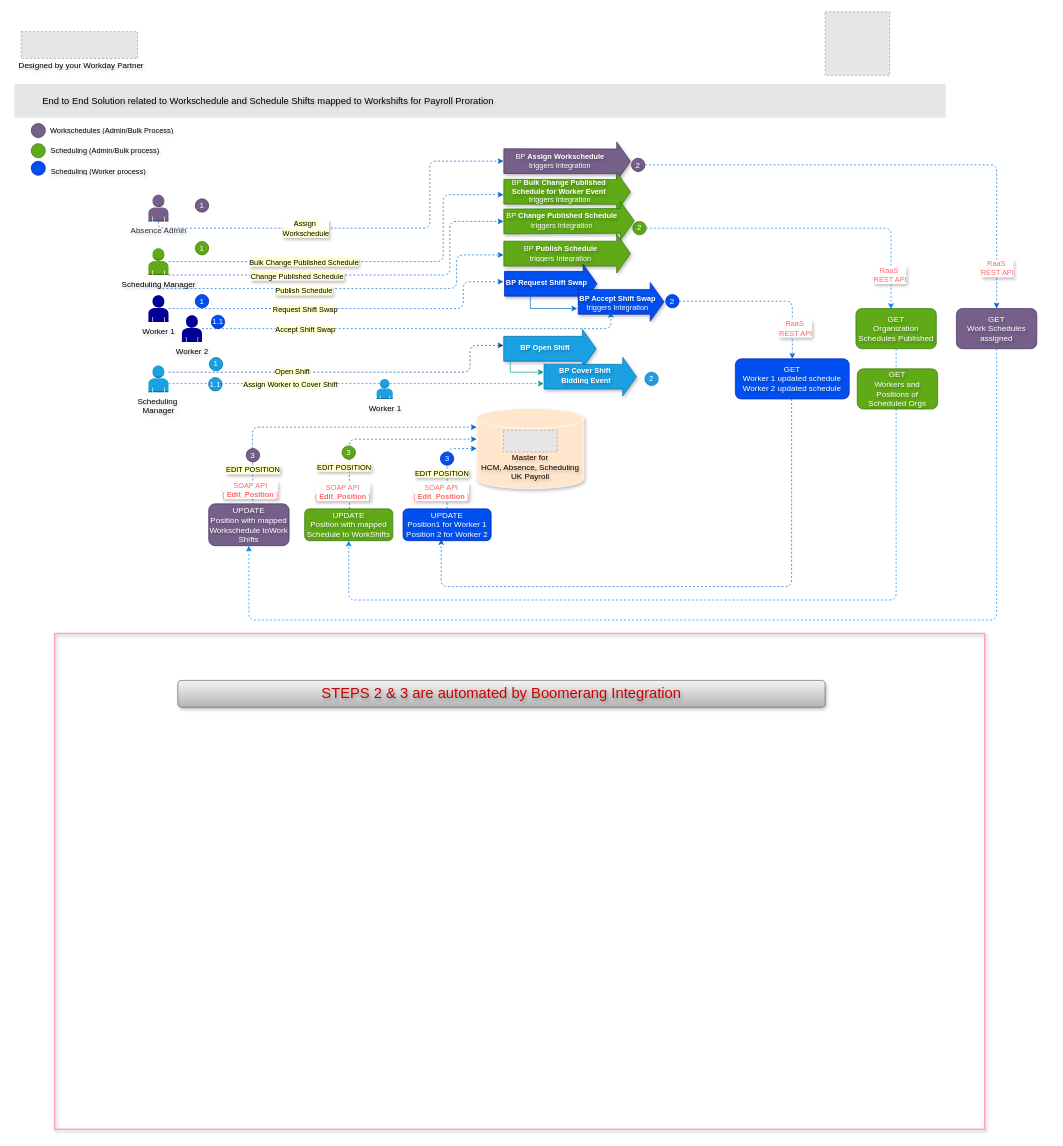
Above: Leonardo Hotels Boomerang v1.drawio in sandyaroma/sandyaroma (draw.io), before the change. Source tidied: cells renumbered, new cells numbered last; positions are measured from the earlier drawing's top-left corner, leaving out a move shared by most shapes. Both pictures are drawn from the tidied source at 67%, with x=0, y=0 at pixel (14, 11). Pictures stored in the file or linked from it are replaced by grey dashed boxes.
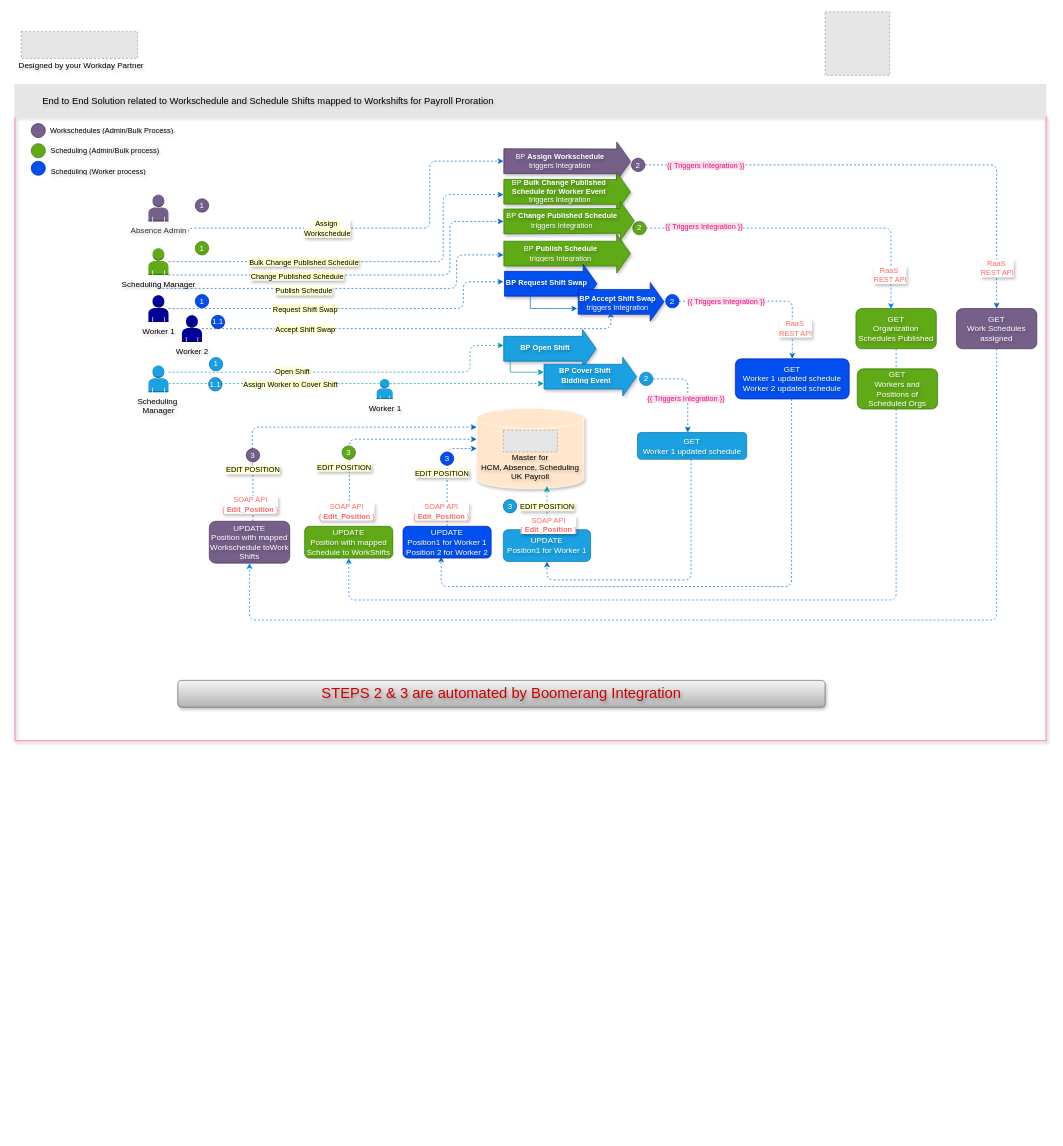
The same diagram, later.

Commit message (it also covers changes not shown here):
Mettre à jour Leonardo Hotels Boomerang v1.drawio

Unchanged cells that the change refers to:
```xml
<mxCell id="5" style="edgeStyle=orthogonalEdgeStyle;rounded=1;jettySize=auto;html=1;curved=0;dashed=1;strokeColor=#0066CC;entryX=0.5;entryY=0;entryDx=0;entryDy=0;textShadow=1;" parent="1" edge="1" source="36" target="9">
  <mxGeometry relative="1" as="geometry" />
</mxCell>
<mxCell id="89" value="&lt;font style=&quot;color: rgb(0, 0, 0);&quot;&gt;Scheduling&amp;nbsp;&lt;/font&gt;&lt;div&gt;&lt;font style=&quot;color: rgb(0, 0, 0);&quot;&gt;Manager&lt;/font&gt;&lt;/div&gt;" style="outlineConnect=0;dashed=0;verticalLabelPosition=bottom;verticalAlign=top;align=center;html=1;shape=mxgraph.aws3.user;fillColor=#1ba1e2;strokeColor=#006EAF;textShadow=1;fontColor=#ffffff;" parent="1" vertex="1">
  <mxGeometry x="200" y="528" width="30" height="40" as="geometry" />
</mxCell>
```

Change to the diagram source:
```diff
@@
+    <mxCell id="49" value="&lt;font style=&quot;color: rgb(51, 51, 51);&quot;&gt;Absence Admin&lt;/font&gt;" style="outlineConnect=0;dashed=0;verticalLabelPosition=bottom;verticalAlign=top;align=center;html=1;shape=mxgraph.aws3.user;fillColor=#76608a;strokeColor=#432D57;fontColor=#ffffff;textShadow=1;" parent="1" vertex="1">
+      <mxGeometry x="200" y="273" width="30" height="40" as="geometry" />
+    </mxCell>
+    <mxCell id="6" value="&lt;div&gt;&lt;br&gt;&lt;/div&gt;&lt;div&gt;&lt;br&gt;&lt;/div&gt;&lt;div&gt;&lt;span style=&quot;background-color: initial;&quot;&gt;Master for&lt;/span&gt;&lt;/div&gt;&lt;div&gt;&lt;span style=&quot;background-color: initial;&quot;&gt;HCM, Absence, Scheduling&lt;/span&gt;&lt;br&gt;&lt;/div&gt;&lt;div&gt;&lt;span style=&quot;background-color: initial;&quot;&gt;UK Payroll&lt;/span&gt;&lt;/div&gt;" style="shape=cylinder3;whiteSpace=wrap;html=1;boundedLbl=1;backgroundOutline=1;size=15;fillColor=#ffe6cc;strokeColor=#FFFFFF;shadow=1;textShadow=1;" parent="1" vertex="1">
+      <mxGeometry x="690" y="592" width="160" height="120" as="geometry" />
+    </mxCell>
+    <mxCell id="94" style="edgeStyle=orthogonalEdgeStyle;rounded=1;jettySize=auto;html=1;entryX=0.655;entryY=0.967;entryDx=0;entryDy=0;entryPerimeter=0;curved=0;strokeColor=#009999;dashed=1;" parent="1" edge="1" source="102" target="6">
+      <mxGeometry relative="1" as="geometry" />
+    </mxCell>
-    <mxCell id="2" style="edgeStyle=orthogonalEdgeStyle;rounded=1;orthogonalLoop=1;jettySize=auto;html=1;curved=0;dashed=1;strokeColor=#0066CC;textShadow=1;" parent="1" edge="1">
+    <mxCell id="2" style="edgeStyle=orthogonalEdgeStyle;rounded=1;jettySize=auto;html=1;curved=0;dashed=1;strokeColor=#0066CC;textShadow=1;" parent="1" edge="1" source="50">
       <mxGeometry relative="1" as="geometry">
-        <mxPoint x="355.8" y="742" as="sourcePoint" />
         <mxPoint x="690" y="620" as="targetPoint" />
         <Array as="points">
-          <mxPoint x="356.1" y="689" />
-          <mxPoint x="355.1" y="620" />
+          <mxPoint x="356" y="689" />
+          <mxPoint x="355" y="689" />
+          <mxPoint x="355" y="620" />
         </Array>
       </mxGeometry>
     </mxCell>
@@
     <mxCell id="4" style="rounded=0;whiteSpace=wrap;html=1;fillColor=none;strokeWidth=2;strokeColor=#FF99CC;shadow=1;textShadow=1;" parent="1" vertex="1">
-      <mxGeometry x="60" y="928" width="1388.2" height="740" as="geometry" />
+      <mxGeometry x="0.9" y="156" width="1539.1" height="932" as="geometry" />
     </mxCell>
@@
-    <mxCell id="6" value="&lt;div&gt;&lt;br&gt;&lt;/div&gt;&lt;div&gt;&lt;br&gt;&lt;/div&gt;&lt;div&gt;&lt;span style=&quot;background-color: initial;&quot;&gt;Master for&lt;/span&gt;&lt;/div&gt;&lt;div&gt;&lt;span style=&quot;background-color: initial;&quot;&gt;HCM, Absence, Scheduling&lt;/span&gt;&lt;br&gt;&lt;/div&gt;&lt;div&gt;&lt;span style=&quot;background-color: initial;&quot;&gt;UK Payroll&lt;/span&gt;&lt;/div&gt;" style="shape=cylinder3;whiteSpace=wrap;html=1;boundedLbl=1;backgroundOutline=1;size=15;fillColor=#ffe6cc;strokeColor=#FFFFFF;shadow=1;textShadow=1;" parent="1" vertex="1">
-      <mxGeometry x="690" y="592" width="160" height="120" as="geometry" />
-    </mxCell>
+    <mxCell id="95" value="&lt;span&gt;{{ Triggers&amp;nbsp;&lt;span style=&quot;&quot;&gt;Integration }}&lt;/span&gt;&lt;/span&gt;" style="edgeLabel;html=1;align=center;verticalAlign=middle;fontStyle=0;fontColor=#FF0080;labelBackgroundColor=#F2E3EB;" parent="5" vertex="1">
+      <mxGeometry x="-0.87" y="1" relative="1" as="geometry">
+        <mxPoint x="42" y="1" as="offset" />
+      </mxGeometry>
+    </mxCell>
@@
     <mxCell id="11" value="&lt;blockquote style=&quot;margin: 0 0 0 40px; border: none; padding: 0px;&quot;&gt;&lt;font style=&quot;font-size: 14px;&quot;&gt;End to End Solution related to Workschedule and Schedule Shifts mapped to Workshifts for Payroll Proration&lt;/font&gt;&lt;/blockquote&gt;" style="text;html=1;align=left;verticalAlign=middle;whiteSpace=wrap;rounded=0;fillColor=#E6E6E6;textShadow=1;" parent="1" vertex="1">
-      <mxGeometry y="108" width="1390" height="50" as="geometry" />
+      <mxGeometry y="108" width="1540" height="50" as="geometry" />
     </mxCell>
@@
-    <mxCell id="18" style="edgeStyle=orthogonalEdgeStyle;rounded=1;jettySize=auto;html=1;dashed=1;strokeColor=#0066CC;curved=0;textShadow=1;" parent="1" edge="1" source="49">
+    <mxCell id="18" style="edgeStyle=orthogonalEdgeStyle;rounded=1;orthogonalLoop=1;jettySize=auto;html=1;strokeColor=#0066CC;curved=0;textShadow=1;dashed=1;" parent="1" edge="1">
       <mxGeometry relative="1" as="geometry">
+        <mxPoint x="260" y="328" as="sourcePoint" />
         <mxPoint x="730" y="223" as="targetPoint" />
         <Array as="points">
-          <mxPoint x="215" y="323" />
+          <mxPoint x="260" y="323" />
           <mxPoint x="620" y="323" />
           <mxPoint x="620" y="223" />
         </Array>
       </mxGeometry>
     </mxCell>
@@
     <mxCell id="24" value="&lt;font color=&quot;#ff6666&quot;&gt;SOAP API&lt;/font&gt;&lt;div&gt;&lt;font color=&quot;#ff6666&quot;&gt;{&amp;nbsp;&lt;b&gt;Edit_Position&amp;nbsp;&lt;/b&gt;}&lt;/font&gt;&lt;/div&gt;" style="edgeLabel;html=1;align=center;verticalAlign=middle;textShadow=1;" parent="1" vertex="1">
-      <mxGeometry x="303.9" y="699" as="geometry">
+      <mxGeometry x="309.9" y="728" as="geometry">
         <mxPoint x="186" y="17" as="offset" />
       </mxGeometry>
     </mxCell>
@@
     <mxCell id="30" value="&lt;font color=&quot;#ff6666&quot;&gt;SOAP API&lt;/font&gt;&lt;div&gt;&lt;font color=&quot;#ff6666&quot;&gt;{&amp;nbsp;&lt;b&gt;Edit_Position&amp;nbsp;&lt;/b&gt;}&lt;/font&gt;&lt;/div&gt;" style="edgeLabel;html=1;align=center;verticalAlign=middle;textShadow=1;" parent="1" vertex="1">
-      <mxGeometry x="165" y="696" as="geometry">
+      <mxGeometry x="165" y="718" as="geometry">
         <mxPoint x="186" y="17" as="offset" />
       </mxGeometry>
     </mxCell>
@@
-    <mxCell id="49" value="&lt;font style=&quot;color: rgb(51, 51, 51);&quot;&gt;Absence Admin&lt;/font&gt;" style="outlineConnect=0;dashed=0;verticalLabelPosition=bottom;verticalAlign=top;align=center;html=1;shape=mxgraph.aws3.user;fillColor=#76608a;strokeColor=#432D57;fontColor=#ffffff;textShadow=1;" parent="1" vertex="1">
-      <mxGeometry x="200" y="273" width="30" height="40" as="geometry" />
-    </mxCell>
     <mxCell id="50" value="&lt;div&gt;UPDATE&lt;/div&gt;&lt;div&gt;Position with mapped&lt;/div&gt;Workschedule toWork Shifts" style="rounded=1;whiteSpace=wrap;html=1;fillColor=#76608a;strokeColor=#432D57;textShadow=1;fontColor=#ffffff;" parent="1" vertex="1">
-      <mxGeometry x="290" y="734.5" width="120" height="62.5" as="geometry" />
+      <mxGeometry x="290.9" y="760.5" width="120" height="62.5" as="geometry" />
     </mxCell>
     <mxCell id="51" value="&lt;div&gt;UPDATE&lt;/div&gt;&lt;div&gt;Position with mapped&lt;/div&gt;Schedule to WorkShifts" style="rounded=1;whiteSpace=wrap;html=1;fillColor=#60a917;strokeColor=#2D7600;textShadow=1;fontColor=#ffffff;" parent="1" vertex="1">
-      <mxGeometry x="433.2" y="742" width="131.6" height="47.5" as="geometry" />
+      <mxGeometry x="433.2" y="768" width="131.6" height="47.5" as="geometry" />
     </mxCell>
@@
     <mxCell id="75" value="&lt;div&gt;UPDATE&lt;/div&gt;&lt;div&gt;Position1 for Worker 1&lt;/div&gt;&lt;div&gt;Position 2 for Worker 2&lt;/div&gt;" style="rounded=1;whiteSpace=wrap;html=1;fillColor=#0050ef;strokeColor=#001DBC;textShadow=1;fontColor=#ffffff;" parent="1" vertex="1">
-      <mxGeometry x="580" y="742" width="131.6" height="47.5" as="geometry" />
+      <mxGeometry x="580" y="768" width="131.6" height="47.5" as="geometry" />
     </mxCell>
@@
     <mxCell id="77" value="&lt;font color=&quot;#ff6666&quot;&gt;SOAP API&lt;/font&gt;&lt;div&gt;&lt;font color=&quot;#ff6666&quot;&gt;{&amp;nbsp;&lt;b&gt;Edit_Position&amp;nbsp;&lt;/b&gt;}&lt;/font&gt;&lt;/div&gt;" style="edgeLabel;html=1;align=center;verticalAlign=middle;textShadow=1;" parent="1" vertex="1">
-      <mxGeometry x="450" y="699" as="geometry">
+      <mxGeometry x="450" y="728" as="geometry">
         <mxPoint x="186" y="17" as="offset" />
       </mxGeometry>
     </mxCell>
@@
+    <mxCell id="96" style="edgeStyle=orthogonalEdgeStyle;rounded=1;jettySize=auto;html=1;curved=0;strokeColor=#0066CC;dashed=1;" parent="1" edge="1" source="84" target="101">
+      <mxGeometry relative="1" as="geometry">
+        <Array as="points">
+          <mxPoint x="1005" y="548" />
+        </Array>
+      </mxGeometry>
+    </mxCell>
     <mxCell id="84" value="2" style="ellipse;whiteSpace=wrap;html=1;fillColor=#1ba1e2;strokeColor=#006EAF;fontColor=#ffffff;align=center;verticalAlign=middle;fontFamily=Helvetica;fontSize=12;textShadow=1;" parent="1" vertex="1">
-      <mxGeometry x="941" y="538" width="20" height="20" as="geometry" />
+      <mxGeometry x="933" y="538" width="20" height="20" as="geometry" />
     </mxCell>
-    <mxCell id="85" style="edgeStyle=orthogonalEdgeStyle;rounded=1;jettySize=auto;html=1;curved=0;dashed=1;strokeColor=#004C99;" parent="1" edge="1" source="89">
+    <mxCell id="85" style="edgeStyle=orthogonalEdgeStyle;rounded=1;jettySize=auto;html=1;curved=0;dashed=1;strokeColor=#009999;align=center;verticalAlign=middle;fontFamily=Helvetica;fontSize=11;fontColor=default;labelBackgroundColor=default;endArrow=classic;" parent="1" edge="1" source="89">
       <mxGeometry relative="1" as="geometry">
         <mxPoint x="730" y="498" as="targetPoint" />
         <Array as="points">
           <mxPoint x="680" y="538" />
           <mxPoint x="680" y="498" />
         </Array>
       </mxGeometry>
     </mxCell>
-    <mxCell id="86" value="&lt;span style=&quot;background-color: rgb(255, 255, 204);&quot;&gt;Open Shift&lt;/span&gt;" style="edgeLabel;html=1;align=center;verticalAlign=middle;" parent="85" vertex="1">
+    <mxCell id="86" value="&lt;span style=&quot;background-color: rgb(255, 255, 204);&quot;&gt;Open Shift&lt;/span&gt;" style="edgeLabel;html=1;align=center;verticalAlign=middle;rounded=1;dashed=1;strokeColor=#009999;fontFamily=Helvetica;fontSize=11;fontColor=default;labelBackgroundColor=default;" parent="85" vertex="1">
       <mxGeometry x="-0.32" y="2" relative="1" as="geometry" />
     </mxCell>
@@
+    <mxCell id="97" value="&lt;span style=&quot;color: rgb(255, 0, 128); font-family: Helvetica; font-size: 11px; font-style: normal; font-variant-ligatures: normal; font-variant-caps: normal; font-weight: 400; letter-spacing: normal; orphans: 2; text-align: center; text-indent: 0px; text-transform: none; widows: 2; word-spacing: 0px; -webkit-text-stroke-width: 0px; white-space: nowrap; background-color: rgb(242, 227, 235); text-decoration-thickness: initial; text-decoration-style: initial; text-decoration-color: initial; display: inline !important; float: none;&quot;&gt;{{ Triggers&amp;nbsp;&lt;/span&gt;&lt;span style=&quot;forced-color-adjust: none; color: rgb(255, 0, 128); font-family: Helvetica; font-size: 11px; font-style: normal; font-variant-ligatures: normal; font-variant-caps: normal; font-weight: 400; letter-spacing: normal; orphans: 2; text-align: center; text-indent: 0px; text-transform: none; widows: 2; word-spacing: 0px; -webkit-text-stroke-width: 0px; white-space: nowrap; background-color: rgb(242, 227, 235); text-decoration-thickness: initial; text-decoration-style: initial; text-decoration-color: initial;&quot;&gt;Integration }}&lt;/span&gt;" style="text;whiteSpace=wrap;html=1;" parent="1" vertex="1">
+      <mxGeometry x="970" y="307.2" width="104" height="28.8" as="geometry" />
+    </mxCell>
+    <mxCell id="98" value="&lt;span style=&quot;color: rgb(255, 0, 128); font-family: Helvetica; font-size: 11px; font-style: normal; font-variant-ligatures: normal; font-variant-caps: normal; font-weight: 400; letter-spacing: normal; orphans: 2; text-align: center; text-indent: 0px; text-transform: none; widows: 2; word-spacing: 0px; -webkit-text-stroke-width: 0px; white-space: nowrap; background-color: rgb(242, 227, 235); text-decoration-thickness: initial; text-decoration-style: initial; text-decoration-color: initial; display: inline !important; float: none;&quot;&gt;{{ Triggers&amp;nbsp;&lt;/span&gt;&lt;span style=&quot;forced-color-adjust: none; color: rgb(255, 0, 128); font-family: Helvetica; font-size: 11px; font-style: normal; font-variant-ligatures: normal; font-variant-caps: normal; font-weight: 400; letter-spacing: normal; orphans: 2; text-align: center; text-indent: 0px; text-transform: none; widows: 2; word-spacing: 0px; -webkit-text-stroke-width: 0px; white-space: nowrap; background-color: rgb(242, 227, 235); text-decoration-thickness: initial; text-decoration-style: initial; text-decoration-color: initial;&quot;&gt;Integration }}&lt;/span&gt;" style="text;whiteSpace=wrap;html=1;" parent="1" vertex="1">
+      <mxGeometry x="1003" y="418" width="104" height="28.8" as="geometry" />
+    </mxCell>
+    <mxCell id="99" value="&lt;span style=&quot;color: rgb(255, 0, 128); font-family: Helvetica; font-size: 11px; font-style: normal; font-variant-ligatures: normal; font-variant-caps: normal; font-weight: 400; letter-spacing: normal; orphans: 2; text-align: center; text-indent: 0px; text-transform: none; widows: 2; word-spacing: 0px; -webkit-text-stroke-width: 0px; white-space: nowrap; background-color: rgb(242, 227, 235); text-decoration-thickness: initial; text-decoration-style: initial; text-decoration-color: initial; display: inline !important; float: none;&quot;&gt;{{ Triggers&amp;nbsp;&lt;/span&gt;&lt;span style=&quot;forced-color-adjust: none; color: rgb(255, 0, 128); font-family: Helvetica; font-size: 11px; font-style: normal; font-variant-ligatures: normal; font-variant-caps: normal; font-weight: 400; letter-spacing: normal; orphans: 2; text-align: center; text-indent: 0px; text-transform: none; widows: 2; word-spacing: 0px; -webkit-text-stroke-width: 0px; white-space: nowrap; background-color: rgb(242, 227, 235); text-decoration-thickness: initial; text-decoration-style: initial; text-decoration-color: initial;&quot;&gt;Integration }}&lt;/span&gt;" style="text;whiteSpace=wrap;html=1;" parent="1" vertex="1">
+      <mxGeometry x="943" y="564.2" width="104" height="28.8" as="geometry" />
+    </mxCell>
+    <mxCell id="100" style="edgeStyle=orthogonalEdgeStyle;rounded=1;jettySize=auto;html=1;entryX=0.5;entryY=1;entryDx=0;entryDy=0;curved=0;dashed=1;strokeColor=#0066CC;" parent="1" edge="1" source="101" target="102">
+      <mxGeometry relative="1" as="geometry">
+        <Array as="points">
+          <mxPoint x="1010" y="848" />
+          <mxPoint x="795" y="848" />
+        </Array>
+      </mxGeometry>
+    </mxCell>
+    <mxCell id="101" value="GET&lt;div&gt;Worker 1 updated schedule&lt;/div&gt;" style="rounded=1;whiteSpace=wrap;html=1;fillColor=#1ba1e2;strokeColor=#006EAF;textShadow=1;fontColor=#ffffff;" parent="1" vertex="1">
+      <mxGeometry x="930" y="628" width="163" height="40" as="geometry" />
+    </mxCell>
+    <mxCell id="102" value="&lt;div&gt;UPDATE&lt;/div&gt;&lt;div&gt;Position1 for Worker 1&lt;/div&gt;" style="rounded=1;whiteSpace=wrap;html=1;fillColor=#1ba1e2;strokeColor=#006EAF;textShadow=1;fontColor=#ffffff;" parent="1" vertex="1">
+      <mxGeometry x="729.8" y="773" width="130.2" height="47.5" as="geometry" />
+    </mxCell>
+    <mxCell id="103" value="&lt;font color=&quot;#ff6666&quot;&gt;SOAP API&lt;/font&gt;&lt;div&gt;&lt;font color=&quot;#ff6666&quot;&gt;{&amp;nbsp;&lt;b&gt;Edit_Position&amp;nbsp;&lt;/b&gt;}&lt;/font&gt;&lt;/div&gt;" style="edgeLabel;html=1;align=center;verticalAlign=middle;textShadow=1;" parent="1" vertex="1">
+      <mxGeometry x="610" y="748" as="geometry">
+        <mxPoint x="186" y="17" as="offset" />
+      </mxGeometry>
+    </mxCell>
+    <mxCell id="104" value="3" style="ellipse;whiteSpace=wrap;html=1;fillColor=#1ba1e2;strokeColor=#006EAF;fontColor=#ffffff;align=center;verticalAlign=middle;fontFamily=Helvetica;fontSize=12;textShadow=1;" parent="1" vertex="1">
+      <mxGeometry x="729.7" y="728" width="20" height="20" as="geometry" />
+    </mxCell>
+    <mxCell id="105" value="&lt;span style=&quot;background-color: rgb(255, 255, 204);&quot;&gt;EDIT POSITION&lt;/span&gt;" style="edgeLabel;html=1;align=center;verticalAlign=middle;textShadow=1;" parent="1" vertex="1">
+      <mxGeometry x="794.9" y="738" as="geometry" />
+    </mxCell>
```
